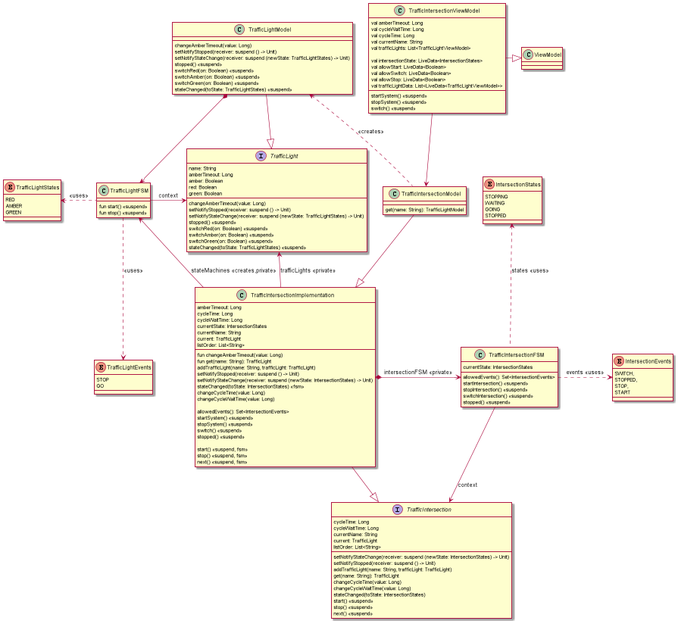
Before: traffic-intersection-model.png, a diagram exported from PlantUML (open-jumpco/kfsm-android-compose-traffic).
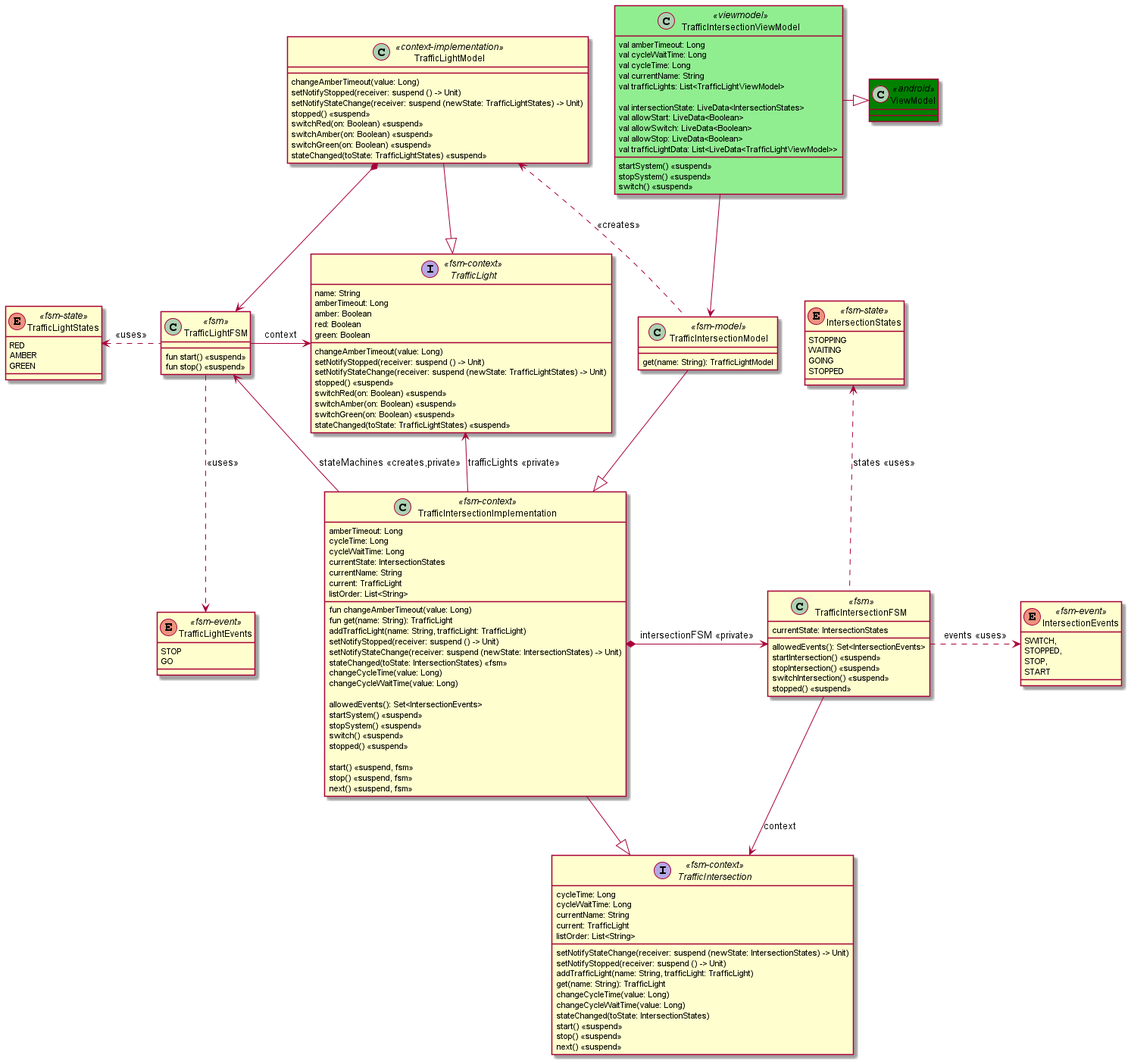
After the change.

What changed in the source:
```diff
@@ -1,17 +1,17 @@
 @startuml
 
-enum TrafficLightStates {
+enum TrafficLightStates <<fsm-state>> {
     RED
     AMBER
     GREEN
 }
 
-enum TrafficLightEvents {
+enum TrafficLightEvents <<fsm-event>> {
     STOP
     GO
 }
 
-interface TrafficLight {
+interface TrafficLight <<fsm-context>> {
     name: String
     amberTimeout: Long
     amber: Boolean
@@ -28,7 +28,7 @@
     stateChanged(toState: TrafficLightStates) <<suspend>>
 }
 
-class TrafficLightFSM {
+class TrafficLightFSM <<fsm>> {
     fun start() <<suspend>>
     fun stop() <<suspend>>
 }
@@ -37,7 +37,7 @@
 TrafficLightFSM ..> TrafficLightEvents: <<uses>>
 TrafficLightFSM -right-> TrafficLight: context
 
-class TrafficLightModel {
+class TrafficLightModel <<context-implementation>> {
     changeAmberTimeout(value: Long)
     setNotifyStopped(receiver: suspend () -> Unit)
     setNotifyStateChange(receiver: suspend (newState: TrafficLightStates) -> Unit)
@@ -52,21 +52,21 @@
 TrafficLightModel *--> TrafficLightFSM
 
 
-enum IntersectionStates {
+enum IntersectionStates <<fsm-state>> {
     STOPPING
     WAITING
     GOING
     STOPPED
 }
 
-enum IntersectionEvents {
+enum IntersectionEvents <<fsm-event>> {
     SWITCH,
     STOPPED,
     STOP,
     START
 }
 
-interface TrafficIntersection {
+interface TrafficIntersection <<fsm-context>> {
     cycleTime: Long
     cycleWaitTime: Long
     setNotifyStateChange(receiver: suspend (newState: IntersectionStates) -> Unit)
@@ -84,7 +84,7 @@
     next() <<suspend>>
 }
 
-class TrafficIntersectionFSM {
+class TrafficIntersectionFSM <<fsm>> {
     currentState: IntersectionStates
     allowedEvents(): Set<IntersectionEvents>
     startIntersection() <<suspend>>
@@ -97,7 +97,7 @@
 TrafficIntersectionFSM .right.> IntersectionEvents: events <<uses>>
 TrafficIntersectionFSM .up.> IntersectionStates: states <<uses>>
 
-class TrafficIntersectionImplementation {
+class TrafficIntersectionImplementation <<fsm-context>> {
     amberTimeout: Long
     cycleTime: Long
     cycleWaitTime: Long
@@ -131,14 +131,14 @@
 TrafficIntersectionImplementation -up-> TrafficLight: trafficLights <<private>>
 
 
-class TrafficIntersectionModel {
+class TrafficIntersectionModel <<fsm-model>> {
     get(name: String): TrafficLightModel
 }
 
 TrafficIntersectionModel .left.> TrafficLightModel: <<creates>>
 TrafficIntersectionModel -down-|> TrafficIntersectionImplementation
 
-class TrafficIntersectionViewModel {
+class TrafficIntersectionViewModel <<viewmodel>> #lightgreen {
     val amberTimeout: Long
     val cycleWaitTime: Long
     val cycleTime: Long
@@ -158,5 +158,7 @@
 
 TrafficIntersectionViewModel --> TrafficIntersectionModel
 TrafficIntersectionViewModel -right-|> ViewModel
+class ViewModel <<android>> #green {
+}
 
 @enduml
```
